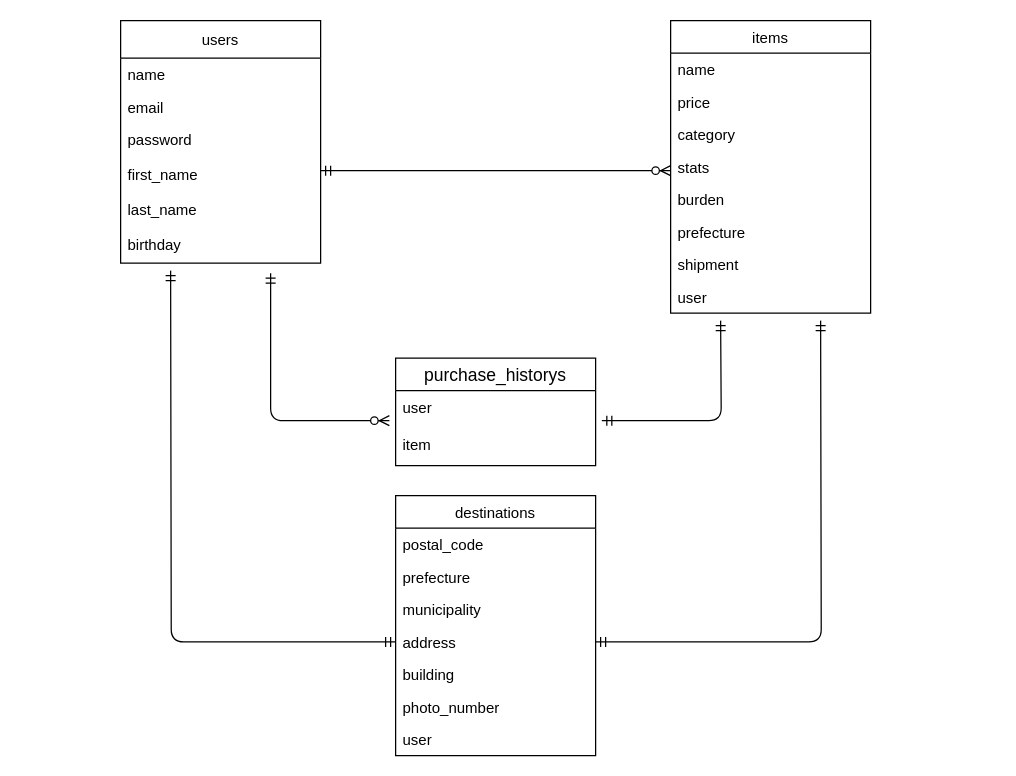
Above: bin/ER.dio in massan7251/furima-33932 (draw.io), before the change. Source tidied: cells renumbered, new cells numbered last; positions are measured from the earlier drawing's top-left corner, leaving out a move shared by most shapes. Both pictures are drawn from the tidied source at 125%, with x=0, y=0 at pixel (120, 20).
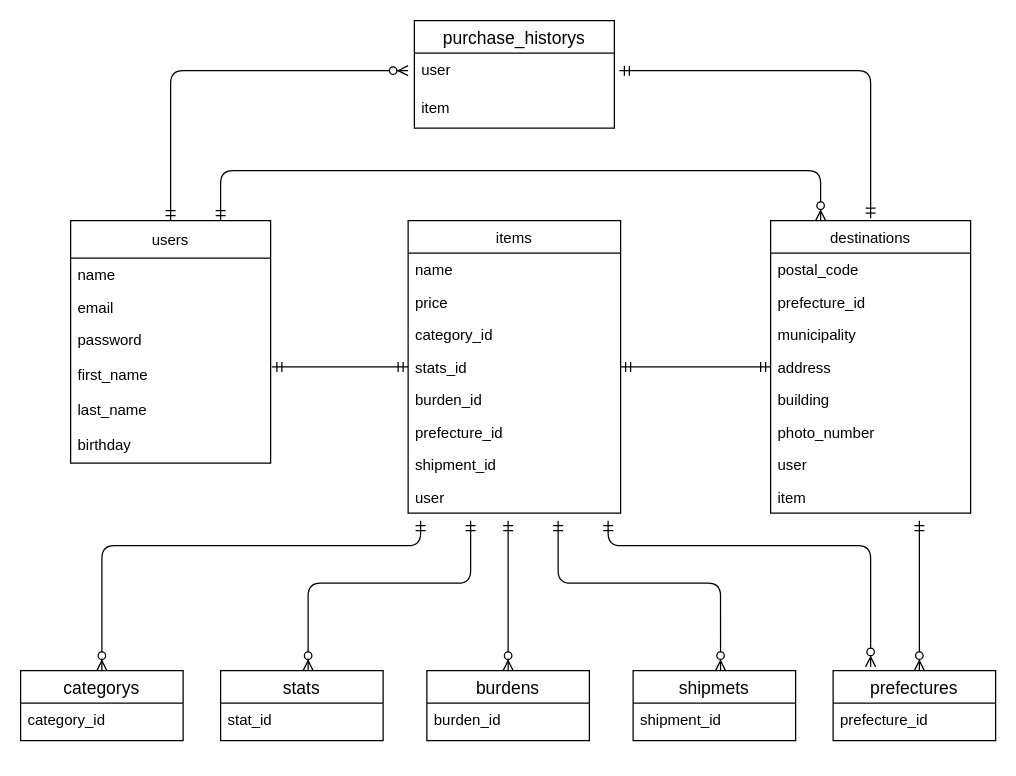
The same page after the edit.

Commit message (it also covers changes not shown here):
DB設計修正２回目

The change refers to these unchanged cells:
```xml
<mxCell id="22" value="address" style="text;strokeColor=none;fillColor=none;align=left;verticalAlign=top;spacingLeft=4;spacingRight=4;overflow=hidden;points=[[0,0.5],[1,0.5]];portConstraint=eastwest;" parent="18" vertex="1">
  <mxGeometry y="104" width="160" height="26" as="geometry" />
</mxCell>
<mxCell id="28" value="user" style="text;strokeColor=none;fillColor=none;spacingLeft=4;spacingRight=4;overflow=hidden;points=[[0,0.5],[1,0.5]];portConstraint=eastwest;fontSize=12;" parent="27" vertex="1">
  <mxGeometry y="26" width="160" height="30" as="geometry" />
</mxCell>
```

What changed in the source:
```diff
@@
     <mxCell id="2" value="users" style="swimlane;fontStyle=0;horizontal=1;startSize=30;fillColor=none;" parent="1" vertex="1">
-      <mxGeometry width="160" height="194" as="geometry" />
+      <mxGeometry x="-40" y="160" width="160" height="194" as="geometry" />
     </mxCell>
@@
     <mxCell id="9" value="items" style="swimlane;fontStyle=0;horizontal=1;startSize=26;fillColor=none;" parent="1" vertex="1">
-      <mxGeometry x="440" width="160" height="234" as="geometry" />
+      <mxGeometry x="230" y="160" width="170" height="234" as="geometry" />
     </mxCell>
     <mxCell id="10" value="name" style="text;strokeColor=none;fillColor=none;align=left;verticalAlign=top;spacingLeft=4;spacingRight=4;overflow=hidden;" parent="9" vertex="1">
-      <mxGeometry y="26" width="160" height="26" as="geometry" />
+      <mxGeometry y="26" width="170" height="26" as="geometry" />
     </mxCell>
     <mxCell id="11" value="price" style="text;strokeColor=none;fillColor=none;align=left;verticalAlign=top;spacingLeft=4;spacingRight=4;overflow=hidden;" parent="9" vertex="1">
-      <mxGeometry y="52" width="160" height="26" as="geometry" />
+      <mxGeometry y="52" width="170" height="26" as="geometry" />
     </mxCell>
-    <mxCell id="12" value="category" style="text;strokeColor=none;fillColor=none;align=left;verticalAlign=top;spacingLeft=4;spacingRight=4;overflow=hidden;" parent="9" vertex="1">
-      <mxGeometry y="78" width="160" height="26" as="geometry" />
+    <mxCell id="12" value="category_id" style="text;strokeColor=none;fillColor=none;align=left;verticalAlign=top;spacingLeft=4;spacingRight=4;overflow=hidden;" parent="9" vertex="1">
+      <mxGeometry y="78" width="170" height="26" as="geometry" />
     </mxCell>
-    <mxCell id="13" value="stats" style="text;strokeColor=none;fillColor=none;align=left;verticalAlign=top;spacingLeft=4;spacingRight=4;overflow=hidden;points=[[0,0.5],[1,0.5]];portConstraint=eastwest;" parent="9" vertex="1">
-      <mxGeometry y="104" width="160" height="26" as="geometry" />
+    <mxCell id="13" value="stats_id" style="text;strokeColor=none;fillColor=none;align=left;verticalAlign=top;spacingLeft=4;spacingRight=4;overflow=hidden;points=[[0,0.5],[1,0.5]];portConstraint=eastwest;" parent="9" vertex="1">
+      <mxGeometry y="104" width="170" height="26" as="geometry" />
     </mxCell>
-    <mxCell id="14" value="burden" style="text;strokeColor=none;fillColor=none;align=left;verticalAlign=top;spacingLeft=4;spacingRight=4;overflow=hidden;" parent="9" vertex="1">
-      <mxGeometry y="130" width="160" height="26" as="geometry" />
+    <mxCell id="14" value="burden_id" style="text;strokeColor=none;fillColor=none;align=left;verticalAlign=top;spacingLeft=4;spacingRight=4;overflow=hidden;" parent="9" vertex="1">
+      <mxGeometry y="130" width="170" height="26" as="geometry" />
     </mxCell>
-    <mxCell id="15" value="prefecture" style="text;strokeColor=none;fillColor=none;align=left;verticalAlign=top;spacingLeft=4;spacingRight=4;overflow=hidden;" parent="9" vertex="1">
-      <mxGeometry y="156" width="160" height="26" as="geometry" />
+    <mxCell id="15" value="prefecture_id" style="text;strokeColor=none;fillColor=none;align=left;verticalAlign=top;spacingLeft=4;spacingRight=4;overflow=hidden;" parent="9" vertex="1">
+      <mxGeometry y="156" width="170" height="26" as="geometry" />
     </mxCell>
-    <mxCell id="16" value="shipment" style="text;strokeColor=none;fillColor=none;align=left;verticalAlign=top;spacingLeft=4;spacingRight=4;overflow=hidden;" parent="9" vertex="1">
-      <mxGeometry y="182" width="160" height="26" as="geometry" />
+    <mxCell id="16" value="shipment_id" style="text;strokeColor=none;fillColor=none;align=left;verticalAlign=top;spacingLeft=4;spacingRight=4;overflow=hidden;" parent="9" vertex="1">
+      <mxGeometry y="182" width="170" height="26" as="geometry" />
     </mxCell>
     <mxCell id="17" value="user" style="text;strokeColor=none;fillColor=none;align=left;verticalAlign=top;spacingLeft=4;spacingRight=4;overflow=hidden;" parent="9" vertex="1">
-      <mxGeometry y="208" width="160" height="26" as="geometry" />
+      <mxGeometry y="208" width="170" height="26" as="geometry" />
     </mxCell>
     <mxCell id="18" value="destinations" style="swimlane;fontStyle=0;horizontal=1;startSize=26;fillColor=none;" parent="1" vertex="1">
-      <mxGeometry x="220" y="380" width="160" height="208" as="geometry" />
+      <mxGeometry x="520" y="160" width="160" height="234" as="geometry" />
     </mxCell>
@@
-    <mxCell id="20" value="prefecture" style="text;strokeColor=none;fillColor=none;align=left;verticalAlign=top;spacingLeft=4;spacingRight=4;overflow=hidden;" parent="18" vertex="1">
+    <mxCell id="20" value="prefecture_id" style="text;strokeColor=none;fillColor=none;align=left;verticalAlign=top;spacingLeft=4;spacingRight=4;overflow=hidden;" parent="18" vertex="1">
       <mxGeometry y="52" width="160" height="26" as="geometry" />
     </mxCell>
@@
-    <mxCell id="26" style="fontSize=12;html=1;endArrow=ERzeroToMany;startArrow=ERmandOne;" parent="1" edge="1">
-      <mxGeometry relative="1" as="geometry">
-        <mxPoint x="160" y="120" as="sourcePoint" />
-        <mxPoint x="440" y="120" as="targetPoint" />
-      </mxGeometry>
-    </mxCell>
+    <mxCell id="34" value="item" style="text;strokeColor=none;fillColor=none;align=left;verticalAlign=top;spacingLeft=4;spacingRight=4;overflow=hidden;" parent="18" vertex="1">
+      <mxGeometry y="208" width="160" height="26" as="geometry" />
+    </mxCell>
     <mxCell id="27" value="purchase_historys" style="swimlane;fontStyle=0;horizontal=1;startSize=26;align=center;fontSize=14;" parent="1" vertex="1">
-      <mxGeometry x="220" y="270" width="160" height="86" as="geometry" />
+      <mxGeometry x="235" width="160" height="86" as="geometry" />
     </mxCell>
@@
-    <mxCell id="29" style="edgeStyle=orthogonalEdgeStyle;fontSize=12;html=1;endArrow=ERzeroToMany;startArrow=ERmandOne;" parent="27" edge="1">
-      <mxGeometry relative="1" as="geometry">
-        <mxPoint x="-100" y="-68" as="sourcePoint" />
-        <mxPoint x="-5" y="50" as="targetPoint" />
-        <Array as="points">
-          <mxPoint x="-100" y="50" />
-        </Array>
-      </mxGeometry>
-    </mxCell>
@@
-    <mxCell id="31" style="edgeStyle=orthogonalEdgeStyle;fontSize=12;html=1;endArrow=ERmandOne;startArrow=ERmandOne;exitX=1;exitY=0.5;exitDx=0;exitDy=0;" parent="1" edge="1" source="22">
-      <mxGeometry relative="1" as="geometry">
-        <mxPoint x="560" y="240" as="targetPoint" />
-      </mxGeometry>
-    </mxCell>
-    <mxCell id="32" style="edgeStyle=orthogonalEdgeStyle;fontSize=12;html=1;endArrow=ERmandOne;startArrow=ERmandOne;exitX=0;exitY=0.5;exitDx=0;exitDy=0;" parent="1" edge="1" source="22">
-      <mxGeometry relative="1" as="geometry">
-        <mxPoint x="40" y="200" as="targetPoint" />
-      </mxGeometry>
-    </mxCell>
-    <mxCell id="33" style="edgeStyle=orthogonalEdgeStyle;fontSize=12;html=1;endArrow=ERmandOne;startArrow=ERmandOne;exitX=1.031;exitY=0.8;exitDx=0;exitDy=0;exitPerimeter=0;" parent="1" edge="1" source="28">
-      <mxGeometry relative="1" as="geometry">
-        <mxPoint x="480" y="240" as="targetPoint" />
-      </mxGeometry>
-    </mxCell>
+    <mxCell id="35" value="categorys" style="swimlane;fontStyle=0;horizontal=1;startSize=26;align=center;fontSize=14;" parent="1" vertex="1">
+      <mxGeometry x="-80" y="520" width="130" height="56" as="geometry" />
+    </mxCell>
+    <mxCell id="36" value="category_id" style="text;strokeColor=none;fillColor=none;spacingLeft=4;spacingRight=4;overflow=hidden;fontSize=12;" parent="35" vertex="1">
+      <mxGeometry y="26" width="130" height="30" as="geometry" />
+    </mxCell>
+    <mxCell id="37" value="stats" style="swimlane;fontStyle=0;horizontal=1;startSize=26;align=center;fontSize=14;" parent="1" vertex="1">
+      <mxGeometry x="80" y="520" width="130" height="56" as="geometry" />
+    </mxCell>
+    <mxCell id="38" value="stat_id" style="text;strokeColor=none;fillColor=none;spacingLeft=4;spacingRight=4;overflow=hidden;fontSize=12;" parent="37" vertex="1">
+      <mxGeometry y="26" width="130" height="30" as="geometry" />
+    </mxCell>
+    <mxCell id="39" value="burdens" style="swimlane;fontStyle=0;horizontal=1;startSize=26;align=center;fontSize=14;" parent="1" vertex="1">
+      <mxGeometry x="245" y="520" width="130" height="56" as="geometry" />
+    </mxCell>
+    <mxCell id="40" value="burden_id" style="text;strokeColor=none;fillColor=none;spacingLeft=4;spacingRight=4;overflow=hidden;fontSize=12;" parent="39" vertex="1">
+      <mxGeometry y="26" width="130" height="30" as="geometry" />
+    </mxCell>
+    <mxCell id="41" value="shipmets" style="swimlane;fontStyle=0;horizontal=1;startSize=26;align=center;fontSize=14;" parent="1" vertex="1">
+      <mxGeometry x="410" y="520" width="130" height="56" as="geometry" />
+    </mxCell>
+    <mxCell id="42" value="shipment_id" style="text;strokeColor=none;fillColor=none;spacingLeft=4;spacingRight=4;overflow=hidden;fontSize=12;" parent="41" vertex="1">
+      <mxGeometry y="26" width="130" height="30" as="geometry" />
+    </mxCell>
+    <mxCell id="43" value="prefectures" style="swimlane;fontStyle=0;horizontal=1;startSize=26;align=center;fontSize=14;" parent="1" vertex="1">
+      <mxGeometry x="570" y="520" width="130" height="56" as="geometry" />
+    </mxCell>
+    <mxCell id="44" value="prefecture_id" style="text;strokeColor=none;fillColor=none;spacingLeft=4;spacingRight=4;overflow=hidden;fontSize=12;" parent="43" vertex="1">
+      <mxGeometry y="26" width="130" height="30" as="geometry" />
+    </mxCell>
+    <mxCell id="45" style="edgeStyle=orthogonalEdgeStyle;fontSize=12;html=1;endArrow=ERzeroToMany;startArrow=ERmandOne;exitX=0.5;exitY=0;exitDx=0;exitDy=0;" parent="1" edge="1" source="2">
+      <mxGeometry relative="1" as="geometry">
+        <mxPoint x="230" y="40" as="targetPoint" />
+        <Array as="points">
+          <mxPoint x="40" y="40" />
+        </Array>
+      </mxGeometry>
+    </mxCell>
+    <mxCell id="46" style="edgeStyle=orthogonalEdgeStyle;fontSize=12;html=1;endArrow=ERmandOne;startArrow=ERmandOne;" parent="1" edge="1">
+      <mxGeometry relative="1" as="geometry">
+        <mxPoint x="600" y="158" as="sourcePoint" />
+        <mxPoint x="399" y="40" as="targetPoint" />
+        <Array as="points">
+          <mxPoint x="600" y="40" />
+        </Array>
+      </mxGeometry>
+    </mxCell>
+    <mxCell id="47" style="fontSize=12;html=1;endArrow=ERmandOne;startArrow=ERmandOne;entryX=0;entryY=0.5;entryDx=0;entryDy=0;exitX=1;exitY=0.5;exitDx=0;exitDy=0;" parent="1" edge="1" source="13" target="22">
+      <mxGeometry relative="1" as="geometry" />
+    </mxCell>
+    <mxCell id="48" style="fontSize=12;html=1;endArrow=ERmandOne;startArrow=ERmandOne;entryX=0;entryY=0.5;entryDx=0;entryDy=0;" parent="1" edge="1" target="13">
+      <mxGeometry relative="1" as="geometry">
+        <mxPoint x="121" y="277" as="sourcePoint" />
+      </mxGeometry>
+    </mxCell>
+    <mxCell id="49" style="edgeStyle=orthogonalEdgeStyle;fontSize=12;html=1;endArrow=ERzeroToMany;startArrow=ERmandOne;entryX=0.5;entryY=0;entryDx=0;entryDy=0;" parent="1" edge="1" target="35">
+      <mxGeometry relative="1" as="geometry">
+        <mxPoint x="240" y="400" as="sourcePoint" />
+        <Array as="points">
+          <mxPoint x="240" y="420" />
+          <mxPoint x="-15" y="420" />
+        </Array>
+      </mxGeometry>
+    </mxCell>
+    <mxCell id="50" style="edgeStyle=orthogonalEdgeStyle;fontSize=12;html=1;endArrow=ERzeroToMany;startArrow=ERmandOne;" parent="1" edge="1">
+      <mxGeometry relative="1" as="geometry">
+        <mxPoint x="280" y="400" as="sourcePoint" />
+        <mxPoint x="150" y="520" as="targetPoint" />
+        <Array as="points">
+          <mxPoint x="280" y="450" />
+          <mxPoint x="150" y="450" />
+        </Array>
+      </mxGeometry>
+    </mxCell>
+    <mxCell id="51" style="fontSize=12;html=1;endArrow=ERzeroToMany;startArrow=ERmandOne;entryX=0.5;entryY=0;entryDx=0;entryDy=0;" parent="1" edge="1" target="39">
+      <mxGeometry relative="1" as="geometry">
+        <mxPoint x="310" y="400" as="sourcePoint" />
+      </mxGeometry>
+    </mxCell>
+    <mxCell id="52" style="edgeStyle=orthogonalEdgeStyle;fontSize=12;html=1;endArrow=ERzeroToMany;startArrow=ERmandOne;entryX=0.538;entryY=0;entryDx=0;entryDy=0;entryPerimeter=0;" parent="1" edge="1" target="41">
+      <mxGeometry relative="1" as="geometry">
+        <mxPoint x="350" y="400" as="sourcePoint" />
+        <Array as="points">
+          <mxPoint x="350" y="450" />
+          <mxPoint x="480" y="450" />
+        </Array>
+      </mxGeometry>
+    </mxCell>
+    <mxCell id="53" style="edgeStyle=orthogonalEdgeStyle;fontSize=12;html=1;endArrow=ERzeroToMany;startArrow=ERmandOne;" parent="1" edge="1">
+      <mxGeometry relative="1" as="geometry">
+        <mxPoint x="390" y="400" as="sourcePoint" />
+        <mxPoint x="600" y="517" as="targetPoint" />
+        <Array as="points">
+          <mxPoint x="390" y="420" />
+          <mxPoint x="600" y="420" />
+        </Array>
+      </mxGeometry>
+    </mxCell>
+    <mxCell id="54" style="fontSize=12;html=1;endArrow=ERzeroToMany;startArrow=ERmandOne;" parent="1" edge="1">
+      <mxGeometry relative="1" as="geometry">
+        <mxPoint x="639" y="400" as="sourcePoint" />
+        <mxPoint x="639" y="520" as="targetPoint" />
+      </mxGeometry>
+    </mxCell>
+    <mxCell id="55" style="edgeStyle=orthogonalEdgeStyle;fontSize=12;html=1;endArrow=ERzeroToMany;startArrow=ERmandOne;exitX=0.75;exitY=0;exitDx=0;exitDy=0;entryX=0.25;entryY=0;entryDx=0;entryDy=0;" parent="1" edge="1" source="2" target="18">
+      <mxGeometry relative="1" as="geometry">
+        <Array as="points">
+          <mxPoint x="80" y="120" />
+          <mxPoint x="560" y="120" />
+        </Array>
+      </mxGeometry>
+    </mxCell>
```
